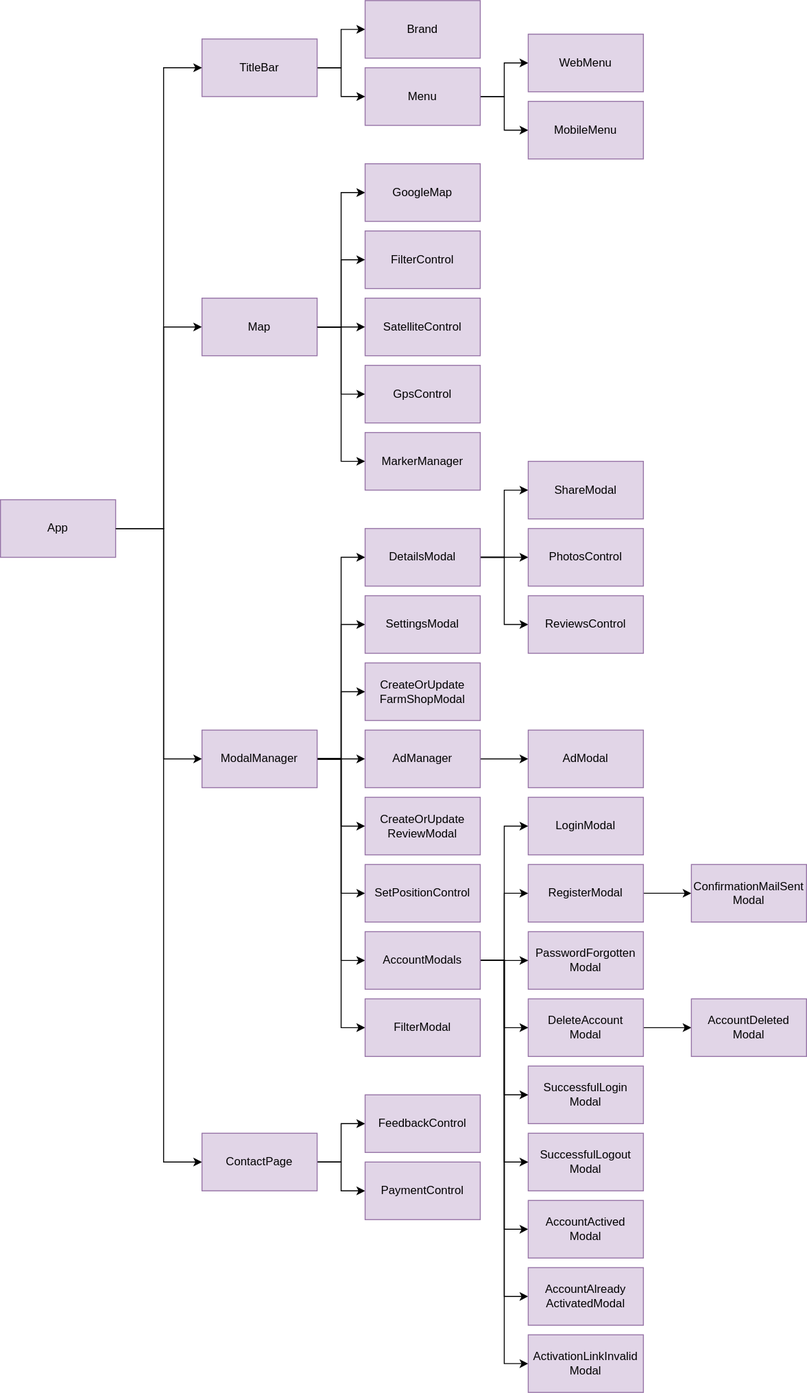
Earlier version of the draw.io export _images/architecture-front-end.drawio.svg (gartenkralle/geolocation-services-doc). Source tidied: cells renumbered, new cells last; positions are measured from the earlier drawing's top-left corner, leaving out a move shared by most shapes.
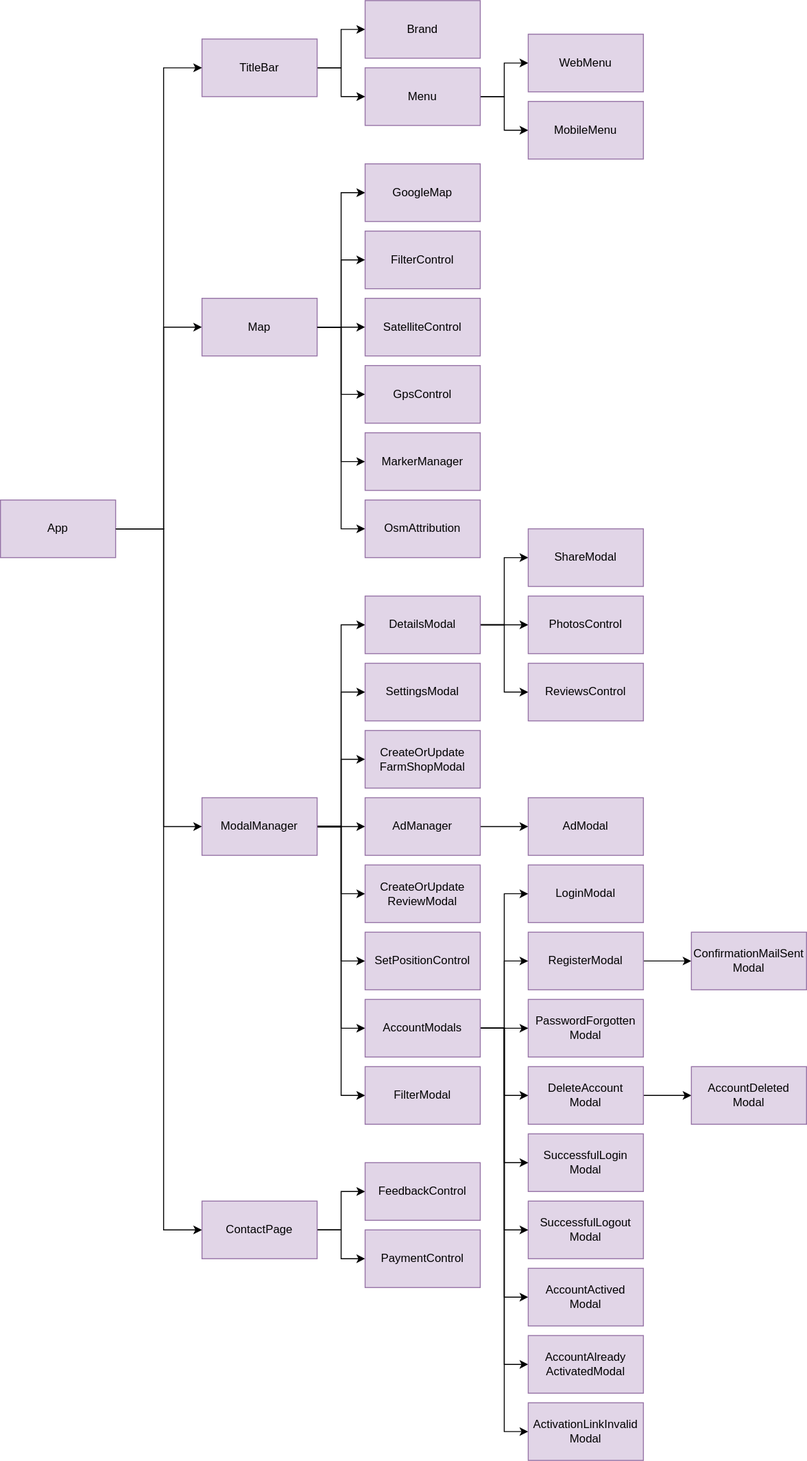
After the commit.

Commit message:
update front end diagram

Change to the diagram source:
```diff
@@ -5,15 +5,15 @@
     <mxCell id="2" style="edgeStyle=orthogonalEdgeStyle;rounded=0;jettySize=auto;html=1;entryX=0;entryY=0.5;entryDx=0;entryDy=0;" parent="1" edge="1" source="5" target="13">
       <mxGeometry relative="1" as="geometry">
         <Array as="points">
-          <mxPoint x="170" y="550" />
-          <mxPoint x="170" y="340" />
+          <mxPoint x="170" y="480" />
+          <mxPoint x="170" y="270" />
         </Array>
       </mxGeometry>
     </mxCell>
     <mxCell id="3" style="edgeStyle=orthogonalEdgeStyle;rounded=0;jettySize=auto;html=1;entryX=0;entryY=0.5;entryDx=0;entryDy=0;" parent="1" edge="1" source="5" target="22">
       <mxGeometry relative="1" as="geometry">
         <Array as="points">
-          <mxPoint x="170" y="550" />
+          <mxPoint x="170" y="480" />
           <mxPoint x="170" y="790" />
         </Array>
       </mxGeometry>
@@ -21,13 +21,13 @@
     <mxCell id="4" style="edgeStyle=orthogonalEdgeStyle;rounded=0;jettySize=auto;html=1;entryX=0;entryY=0.5;entryDx=0;entryDy=0;" parent="1" edge="1" source="5" target="48">
       <mxGeometry relative="1" as="geometry">
         <Array as="points">
-          <mxPoint x="170" y="550" />
+          <mxPoint x="170" y="480" />
           <mxPoint x="170" y="1210" />
         </Array>
       </mxGeometry>
     </mxCell>
     <mxCell id="5" value="App" style="rounded=0;whiteSpace=wrap;html=1;fillColor=#e1d5e7;strokeColor=#9673a6;" parent="1" vertex="1">
-      <mxGeometry y="520" width="120" height="60" as="geometry" />
+      <mxGeometry y="450" width="120" height="60" as="geometry" />
     </mxCell>
     <mxCell id="6" style="edgeStyle=orthogonalEdgeStyle;rounded=0;jettySize=auto;html=1;entryX=0;entryY=0.5;entryDx=0;entryDy=0;" parent="1" edge="1" source="8" target="76">
       <mxGeometry relative="1" as="geometry" />
@@ -36,7 +36,7 @@
       <mxGeometry relative="1" as="geometry" />
     </mxCell>
     <mxCell id="8" value="Menu" style="rounded=0;whiteSpace=wrap;html=1;fillColor=#e1d5e7;strokeColor=#9673a6;" parent="1" vertex="1">
-      <mxGeometry x="380" y="70" width="120" height="60" as="geometry" />
+      <mxGeometry x="380" width="120" height="60" as="geometry" />
     </mxCell>
     <mxCell id="9" style="edgeStyle=orthogonalEdgeStyle;rounded=0;jettySize=auto;html=1;entryX=0;entryY=0.5;entryDx=0;entryDy=0;" parent="1" edge="1" source="13" target="27">
       <mxGeometry relative="1" as="geometry" />
@@ -50,8 +50,11 @@
     <mxCell id="12" style="edgeStyle=orthogonalEdgeStyle;rounded=0;jettySize=auto;html=1;entryX=0;entryY=0.5;entryDx=0;entryDy=0;" parent="1" edge="1" source="13" target="51">
       <mxGeometry relative="1" as="geometry" />
     </mxCell>
+    <mxCell id="79" style="edgeStyle=orthogonalEdgeStyle;rounded=0;jettySize=auto;html=1;entryX=0;entryY=0.5;entryDx=0;entryDy=0;" parent="1" edge="1" source="13" target="80">
+      <mxGeometry relative="1" as="geometry" />
+    </mxCell>
     <mxCell id="13" value="Map" style="rounded=0;whiteSpace=wrap;html=1;fillColor=#e1d5e7;strokeColor=#9673a6;" parent="1" vertex="1">
-      <mxGeometry x="210" y="310" width="120" height="60" as="geometry" />
+      <mxGeometry x="210" y="240" width="120" height="60" as="geometry" />
     </mxCell>
     <mxCell id="14" style="edgeStyle=orthogonalEdgeStyle;rounded=0;jettySize=auto;html=1;entryX=0;entryY=0.5;entryDx=0;entryDy=0;" parent="1" edge="1" source="22" target="36">
       <mxGeometry relative="1" as="geometry" />
@@ -93,16 +96,16 @@
       <mxGeometry x="550" y="970" width="120" height="60" as="geometry" />
     </mxCell>
     <mxCell id="27" value="GoogleMap" style="rounded=0;whiteSpace=wrap;html=1;fillColor=#e1d5e7;strokeColor=#9673a6;" parent="1" vertex="1">
-      <mxGeometry x="380" y="170" width="120" height="60" as="geometry" />
+      <mxGeometry x="380" y="100" width="120" height="60" as="geometry" />
     </mxCell>
     <mxCell id="28" value="FilterControl" style="rounded=0;whiteSpace=wrap;html=1;fillColor=#e1d5e7;strokeColor=#9673a6;" parent="1" vertex="1">
-      <mxGeometry x="380" y="240" width="120" height="60" as="geometry" />
+      <mxGeometry x="380" y="170" width="120" height="60" as="geometry" />
     </mxCell>
     <mxCell id="29" value="SatelliteControl" style="rounded=0;whiteSpace=wrap;html=1;fillColor=#e1d5e7;strokeColor=#9673a6;" parent="1" vertex="1">
-      <mxGeometry x="380" y="310" width="120" height="60" as="geometry" />
+      <mxGeometry x="380" y="240" width="120" height="60" as="geometry" />
     </mxCell>
     <mxCell id="30" value="GpsControl" style="rounded=0;whiteSpace=wrap;html=1;fillColor=#e1d5e7;strokeColor=#9673a6;" parent="1" vertex="1">
-      <mxGeometry x="380" y="380" width="120" height="60" as="geometry" />
+      <mxGeometry x="380" y="310" width="120" height="60" as="geometry" />
     </mxCell>
     <mxCell id="31" value="SettingsModal" style="rounded=0;whiteSpace=wrap;html=1;fillColor=#e1d5e7;strokeColor=#9673a6;" parent="1" vertex="1">
       <mxGeometry x="380" y="620" width="120" height="60" as="geometry" />
@@ -129,17 +132,17 @@
       <mxGeometry relative="1" as="geometry" />
     </mxCell>
     <mxCell id="39" value="TitleBar" style="rounded=0;whiteSpace=wrap;html=1;fillColor=#e1d5e7;strokeColor=#9673a6;" parent="1" vertex="1">
-      <mxGeometry x="210" y="40" width="120" height="60" as="geometry" />
+      <mxGeometry x="210" y="-30" width="120" height="60" as="geometry" />
     </mxCell>
     <mxCell id="40" value="Brand" style="rounded=0;whiteSpace=wrap;html=1;fillColor=#e1d5e7;strokeColor=#9673a6;" parent="1" vertex="1">
-      <mxGeometry x="380" width="120" height="60" as="geometry" />
+      <mxGeometry x="380" y="-70" width="120" height="60" as="geometry" />
     </mxCell>
     <mxCell id="41" style="endArrow=classic;html=1;rounded=0;exitX=1;exitY=0.5;exitDx=0;exitDy=0;entryX=0;entryY=0.5;entryDx=0;entryDy=0;" parent="1" edge="1" source="5" target="39">
       <mxGeometry relative="1" as="geometry">
         <Array as="points">
-          <mxPoint x="170" y="550" />
-          <mxPoint x="170" y="310" />
-          <mxPoint x="170" y="70" />
+          <mxPoint x="170" y="480" />
+          <mxPoint x="170" y="240" />
+          <mxPoint x="170" />
         </Array>
       </mxGeometry>
     </mxCell>
@@ -171,7 +174,7 @@
       <mxGeometry x="380" y="1210" width="120" height="60" as="geometry" />
     </mxCell>
     <mxCell id="51" value="MarkerManager" style="rounded=0;whiteSpace=wrap;html=1;fillColor=#e1d5e7;strokeColor=#9673a6;" parent="1" vertex="1">
-      <mxGeometry x="380" y="450" width="120" height="60" as="geometry" />
+      <mxGeometry x="380" y="380" width="120" height="60" as="geometry" />
     </mxCell>
     <mxCell id="52" style="edgeStyle=orthogonalEdgeStyle;rounded=0;jettySize=auto;html=1;entryX=0;entryY=0.5;entryDx=0;entryDy=0;" parent="1" edge="1" source="53" target="72">
       <mxGeometry relative="1" as="geometry" />
@@ -246,13 +249,16 @@
       <mxGeometry x="550" y="1390" width="120" height="60" as="geometry" />
     </mxCell>
     <mxCell id="76" value="WebMenu" style="rounded=0;whiteSpace=wrap;html=1;fillColor=#e1d5e7;strokeColor=#9673a6;" parent="1" vertex="1">
-      <mxGeometry x="550" y="35" width="120" height="60" as="geometry" />
+      <mxGeometry x="550" y="-35" width="120" height="60" as="geometry" />
     </mxCell>
     <mxCell id="77" value="MobileMenu" style="rounded=0;whiteSpace=wrap;html=1;fillColor=#e1d5e7;strokeColor=#9673a6;" parent="1" vertex="1">
-      <mxGeometry x="550" y="105" width="120" height="60" as="geometry" />
+      <mxGeometry x="550" y="35" width="120" height="60" as="geometry" />
     </mxCell>
     <mxCell id="78" value="FilterModal" style="rounded=0;whiteSpace=wrap;html=1;fillColor=#e1d5e7;strokeColor=#9673a6;" parent="1" vertex="1">
       <mxGeometry x="380" y="1040" width="120" height="60" as="geometry" />
     </mxCell>
+    <mxCell id="80" value="OsmAttribution" style="rounded=0;whiteSpace=wrap;html=1;fillColor=#e1d5e7;strokeColor=#9673a6;" parent="1" vertex="1">
+      <mxGeometry x="380" y="450" width="120" height="60" as="geometry" />
+    </mxCell>
   </root>
 </mxGraphModel>
```
